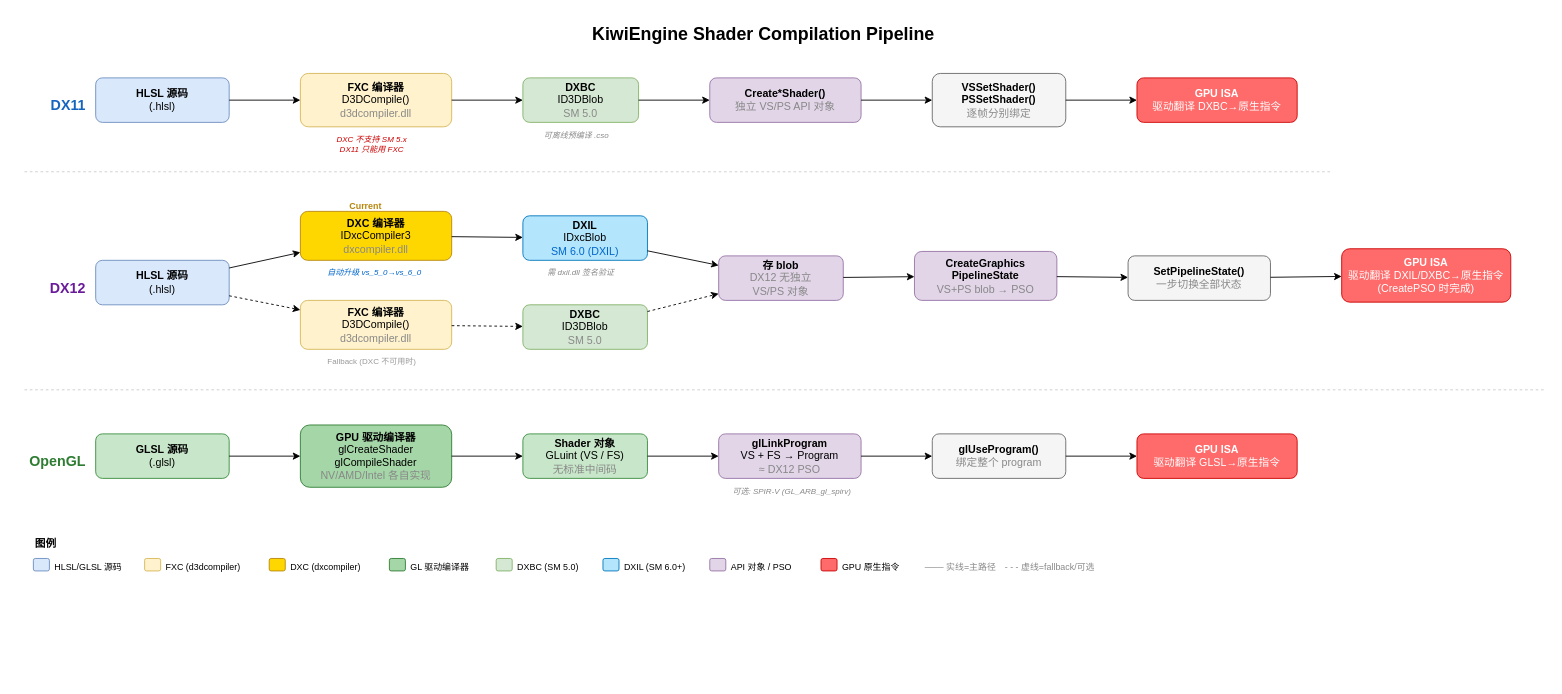
The draw.io diagram docs/ShaderCompilationPipeline.drawio in freemanxliu/KiwiEngine, before the edit. Source tidied: cells renumbered, new cells numbered last; positions are measured from the earlier drawing's top-left corner, leaving out a move shared by most shapes. Both pictures are drawn from the tidied source at 89%, with x=0, y=0 at pixel (15, 15).
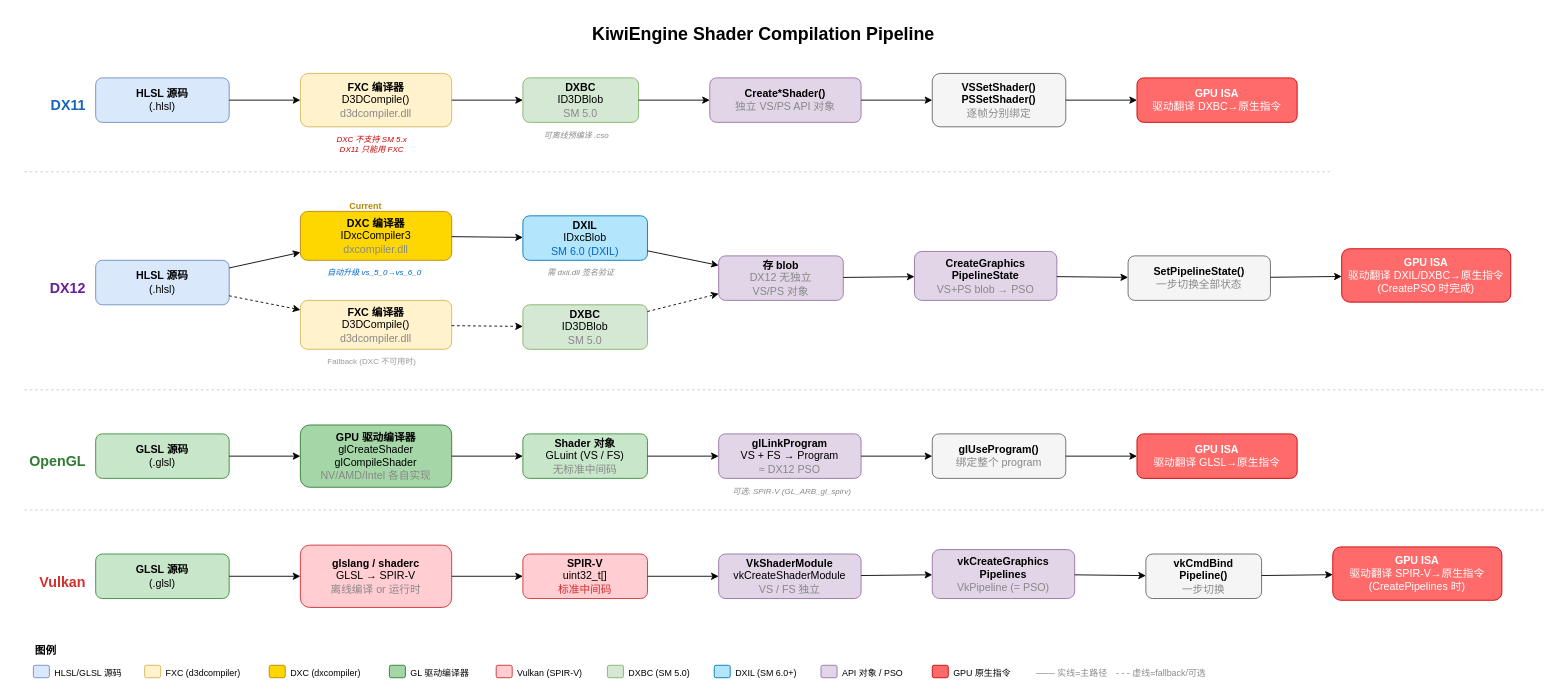
After the change.

Commit message (it also covers changes not shown here):
feat: Vulkan RHI backend — full integration with ImGui, pipeline creation, frame lifecycle

Change to the diagram source:
```diff
@@
+    <mxCell id="73" style="shape=line;strokeColor=#CCCCCC;strokeWidth=1;dashed=1;" parent="1" vertex="1">
+      <mxGeometry x="10" y="555" width="1710" height="1" as="geometry" />
+    </mxCell>
+    <mxCell id="74" value="&lt;b&gt;Vulkan&lt;/b&gt;" style="text;html=1;align=right;fontSize=16;fontColor=#D32F2F;" parent="1" vertex="1">
+      <mxGeometry y="620" width="80" height="30" as="geometry" />
+    </mxCell>
+    <mxCell id="75" value="&lt;b&gt;GLSL 源码&lt;/b&gt;&lt;br&gt;(.glsl)" style="rounded=1;whiteSpace=wrap;html=1;fillColor=#C8E6C9;strokeColor=#388E3C;" parent="1" vertex="1">
+      <mxGeometry x="90" y="605" width="150" height="50" as="geometry" />
+    </mxCell>
+    <mxCell id="76" value="&lt;b&gt;glslang / shaderc&lt;/b&gt;&lt;br&gt;GLSL → SPIR-V&lt;br&gt;&lt;font color=&quot;#888&quot;&gt;离线编译 or 运行时&lt;/font&gt;" style="rounded=1;whiteSpace=wrap;html=1;fillColor=#FFCDD2;strokeColor=#D32F2F;" parent="1" vertex="1">
+      <mxGeometry x="320" y="595" width="170" height="70" as="geometry" />
+    </mxCell>
+    <mxCell id="77" value="&lt;b&gt;SPIR-V&lt;/b&gt;&lt;br&gt;uint32_t[]&lt;br&gt;&lt;font color=&quot;#D32F2F&quot;&gt;标准中间码&lt;/font&gt;" style="rounded=1;whiteSpace=wrap;html=1;fillColor=#FFCDD2;strokeColor=#D32F2F;" parent="1" vertex="1">
+      <mxGeometry x="570" y="605" width="140" height="50" as="geometry" />
+    </mxCell>
+    <mxCell id="78" value="&lt;b&gt;VkShaderModule&lt;/b&gt;&lt;br&gt;vkCreateShaderModule&lt;br&gt;&lt;font color=&quot;#888&quot;&gt;VS / FS 独立&lt;/font&gt;" style="rounded=1;whiteSpace=wrap;html=1;fillColor=#e1d5e7;strokeColor=#9673a6;" parent="1" vertex="1">
+      <mxGeometry x="790" y="605" width="160" height="50" as="geometry" />
+    </mxCell>
+    <mxCell id="79" value="&lt;b&gt;vkCreateGraphics&lt;br&gt;Pipelines&lt;/b&gt;&lt;br&gt;&lt;font color=&quot;#888&quot;&gt;VkPipeline (= PSO)&lt;/font&gt;" style="rounded=1;whiteSpace=wrap;html=1;fillColor=#e1d5e7;strokeColor=#9673a6;" parent="1" vertex="1">
+      <mxGeometry x="1030" y="600" width="160" height="55" as="geometry" />
+    </mxCell>
+    <mxCell id="80" value="&lt;b&gt;vkCmdBind&lt;br&gt;Pipeline()&lt;/b&gt;&lt;br&gt;&lt;font color=&quot;#888&quot;&gt;一步切换&lt;/font&gt;" style="rounded=1;whiteSpace=wrap;html=1;fillColor=#f5f5f5;strokeColor=#666666;" parent="1" vertex="1">
+      <mxGeometry x="1270" y="605" width="130" height="50" as="geometry" />
+    </mxCell>
+    <mxCell id="81" value="&lt;b&gt;GPU ISA&lt;/b&gt;&lt;br&gt;&lt;font color=&quot;#fff&quot;&gt;驱动翻译 SPIR-V→原生指令&lt;br&gt;(CreatePipelines 时)&lt;/font&gt;" style="rounded=1;whiteSpace=wrap;html=1;fillColor=#FF6B6B;strokeColor=#CC0000;fontColor=#FFFFFF;" parent="1" vertex="1">
+      <mxGeometry x="1480" y="597" width="190" height="60" as="geometry" />
+    </mxCell>
+    <mxCell id="82" parent="1" edge="1" source="75" target="76">
+      <mxGeometry relative="1" as="geometry" />
+    </mxCell>
+    <mxCell id="83" parent="1" edge="1" source="76" target="77">
+      <mxGeometry relative="1" as="geometry" />
+    </mxCell>
+    <mxCell id="84" parent="1" edge="1" source="77" target="78">
+      <mxGeometry relative="1" as="geometry" />
+    </mxCell>
+    <mxCell id="85" parent="1" edge="1" source="78" target="79">
+      <mxGeometry relative="1" as="geometry" />
+    </mxCell>
+    <mxCell id="86" parent="1" edge="1" source="79" target="80">
+      <mxGeometry relative="1" as="geometry" />
+    </mxCell>
+    <mxCell id="87" parent="1" edge="1" source="80" target="81">
+      <mxGeometry relative="1" as="geometry" />
+    </mxCell>
     <mxCell id="55" value="&lt;b&gt;图例&lt;/b&gt;" style="text;html=1;align=left;fontSize=12;" parent="1" vertex="1">
-      <mxGeometry x="20" y="580" width="60" height="20" as="geometry" />
+      <mxGeometry x="20" y="700" width="60" height="20" as="geometry" />
     </mxCell>
     <mxCell id="56" style="rounded=1;fillColor=#dae8fc;strokeColor=#6c8ebf;" parent="1" vertex="1">
-      <mxGeometry x="20" y="610" width="18" height="14" as="geometry" />
+      <mxGeometry x="20" y="730" width="18" height="14" as="geometry" />
     </mxCell>
     <mxCell id="57" value="HLSL/GLSL 源码" style="text;html=1;align=left;fontSize=10;" parent="1" vertex="1">
-      <mxGeometry x="42" y="607" width="90" height="18" as="geometry" />
+      <mxGeometry x="42" y="727" width="90" height="18" as="geometry" />
     </mxCell>
     <mxCell id="58" style="rounded=1;fillColor=#fff2cc;strokeColor=#d6b656;" parent="1" vertex="1">
-      <mxGeometry x="145" y="610" width="18" height="14" as="geometry" />
+      <mxGeometry x="145" y="730" width="18" height="14" as="geometry" />
     </mxCell>
     <mxCell id="59" value="FXC (d3dcompiler)" style="text;html=1;align=left;fontSize=10;" parent="1" vertex="1">
-      <mxGeometry x="167" y="607" width="105" height="18" as="geometry" />
+      <mxGeometry x="167" y="727" width="105" height="18" as="geometry" />
     </mxCell>
     <mxCell id="60" style="rounded=1;fillColor=#FFD700;strokeColor=#B8860B;" parent="1" vertex="1">
-      <mxGeometry x="285" y="610" width="18" height="14" as="geometry" />
+      <mxGeometry x="285" y="730" width="18" height="14" as="geometry" />
     </mxCell>
     <mxCell id="61" value="DXC (dxcompiler)" style="text;html=1;align=left;fontSize=10;" parent="1" vertex="1">
-      <mxGeometry x="307" y="607" width="100" height="18" as="geometry" />
+      <mxGeometry x="307" y="727" width="100" height="18" as="geometry" />
     </mxCell>
     <mxCell id="62" style="rounded=1;fillColor=#A5D6A7;strokeColor=#2E7D32;" parent="1" vertex="1">
-      <mxGeometry x="420" y="610" width="18" height="14" as="geometry" />
+      <mxGeometry x="420" y="730" width="18" height="14" as="geometry" />
     </mxCell>
     <mxCell id="63" value="GL 驱动编译器" style="text;html=1;align=left;fontSize=10;" parent="1" vertex="1">
-      <mxGeometry x="442" y="607" width="85" height="18" as="geometry" />
+      <mxGeometry x="442" y="727" width="85" height="18" as="geometry" />
     </mxCell>
+    <mxCell id="88" style="rounded=1;fillColor=#FFCDD2;strokeColor=#D32F2F;" parent="1" vertex="1">
+      <mxGeometry x="540" y="730" width="18" height="14" as="geometry" />
+    </mxCell>
+    <mxCell id="89" value="Vulkan (SPIR-V)" style="text;html=1;align=left;fontSize=10;" parent="1" vertex="1">
+      <mxGeometry x="562" y="727" width="90" height="18" as="geometry" />
+    </mxCell>
     <mxCell id="64" style="rounded=1;fillColor=#d5e8d4;strokeColor=#82b366;" parent="1" vertex="1">
-      <mxGeometry x="540" y="610" width="18" height="14" as="geometry" />
+      <mxGeometry x="665" y="730" width="18" height="14" as="geometry" />
     </mxCell>
     <mxCell id="65" value="DXBC (SM 5.0)" style="text;html=1;align=left;fontSize=10;" parent="1" vertex="1">
-      <mxGeometry x="562" y="607" width="85" height="18" as="geometry" />
+      <mxGeometry x="687" y="727" width="85" height="18" as="geometry" />
     </mxCell>
     <mxCell id="66" style="rounded=1;fillColor=#B3E5FC;strokeColor=#0277BD;" parent="1" vertex="1">
-      <mxGeometry x="660" y="610" width="18" height="14" as="geometry" />
+      <mxGeometry x="785" y="730" width="18" height="14" as="geometry" />
     </mxCell>
     <mxCell id="67" value="DXIL (SM 6.0+)" style="text;html=1;align=left;fontSize=10;" parent="1" vertex="1">
-      <mxGeometry x="682" y="607" width="85" height="18" as="geometry" />
+      <mxGeometry x="807" y="727" width="85" height="18" as="geometry" />
     </mxCell>
     <mxCell id="68" style="rounded=1;fillColor=#e1d5e7;strokeColor=#9673a6;" parent="1" vertex="1">
-      <mxGeometry x="780" y="610" width="18" height="14" as="geometry" />
+      <mxGeometry x="905" y="730" width="18" height="14" as="geometry" />
     </mxCell>
     <mxCell id="69" value="API 对象 / PSO" style="text;html=1;align=left;fontSize=10;" parent="1" vertex="1">
-      <mxGeometry x="802" y="607" width="90" height="18" as="geometry" />
+      <mxGeometry x="927" y="727" width="90" height="18" as="geometry" />
     </mxCell>
     <mxCell id="70" style="rounded=1;fillColor=#FF6B6B;strokeColor=#CC0000;" parent="1" vertex="1">
-      <mxGeometry x="905" y="610" width="18" height="14" as="geometry" />
+      <mxGeometry x="1030" y="730" width="18" height="14" as="geometry" />
     </mxCell>
     <mxCell id="71" value="GPU 原生指令" style="text;html=1;align=left;fontSize=10;" parent="1" vertex="1">
-      <mxGeometry x="927" y="607" width="80" height="18" as="geometry" />
+      <mxGeometry x="1052" y="727" width="80" height="18" as="geometry" />
     </mxCell>
     <mxCell id="72" value="&lt;font color=&quot;#888&quot;&gt;─── 实线=主路径　- - - 虚线=fallback/可选&lt;/font&gt;" style="text;html=1;align=left;fontSize=10;" parent="1" vertex="1">
-      <mxGeometry x="1020" y="607" width="250" height="18" as="geometry" />
+      <mxGeometry x="1145" y="727" width="250" height="18" as="geometry" />
     </mxCell>
```
